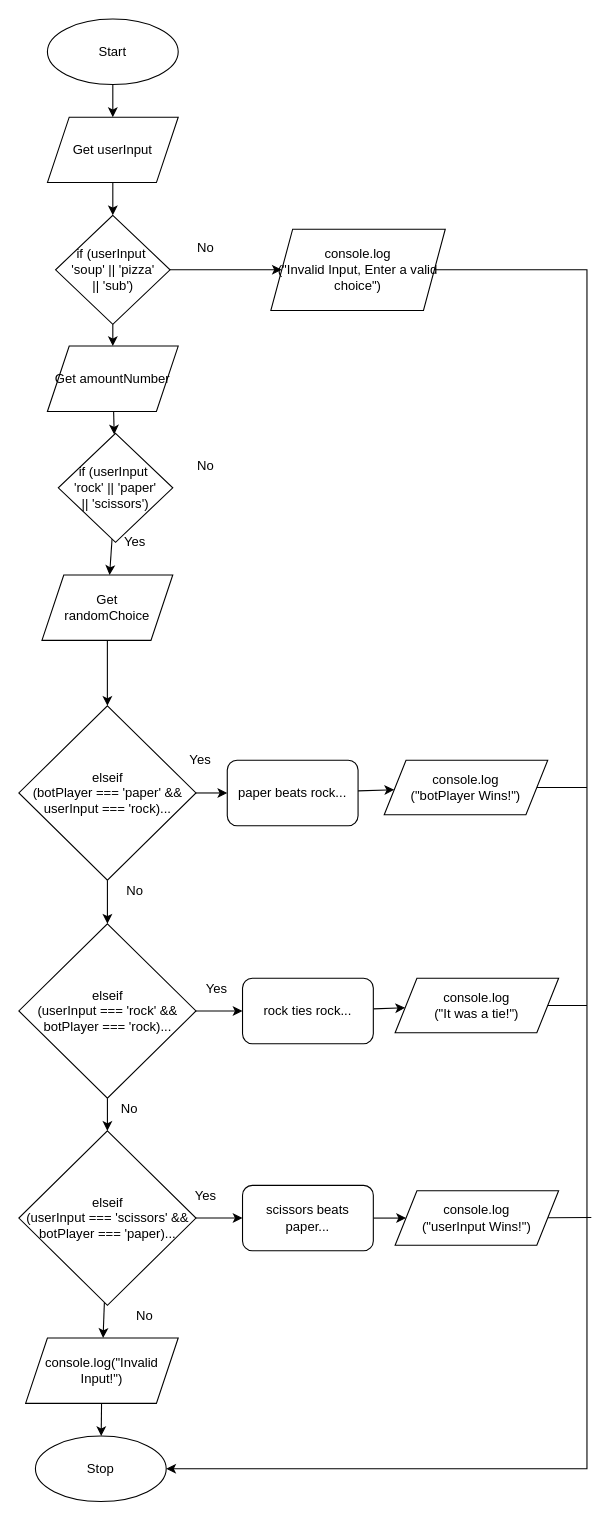
This is Drawio/Flowchart.drawio from JacksonNaufal/ics4u-unit1-03-typescript, a draw.io file, before an edit. Source tidied: cells renumbered, new cells numbered last; positions are measured from the earlier drawing's top-left corner, leaving out a move shared by most shapes. Both pictures are drawn from the tidied source at 109%, with x=0, y=0 at pixel (19, 19).
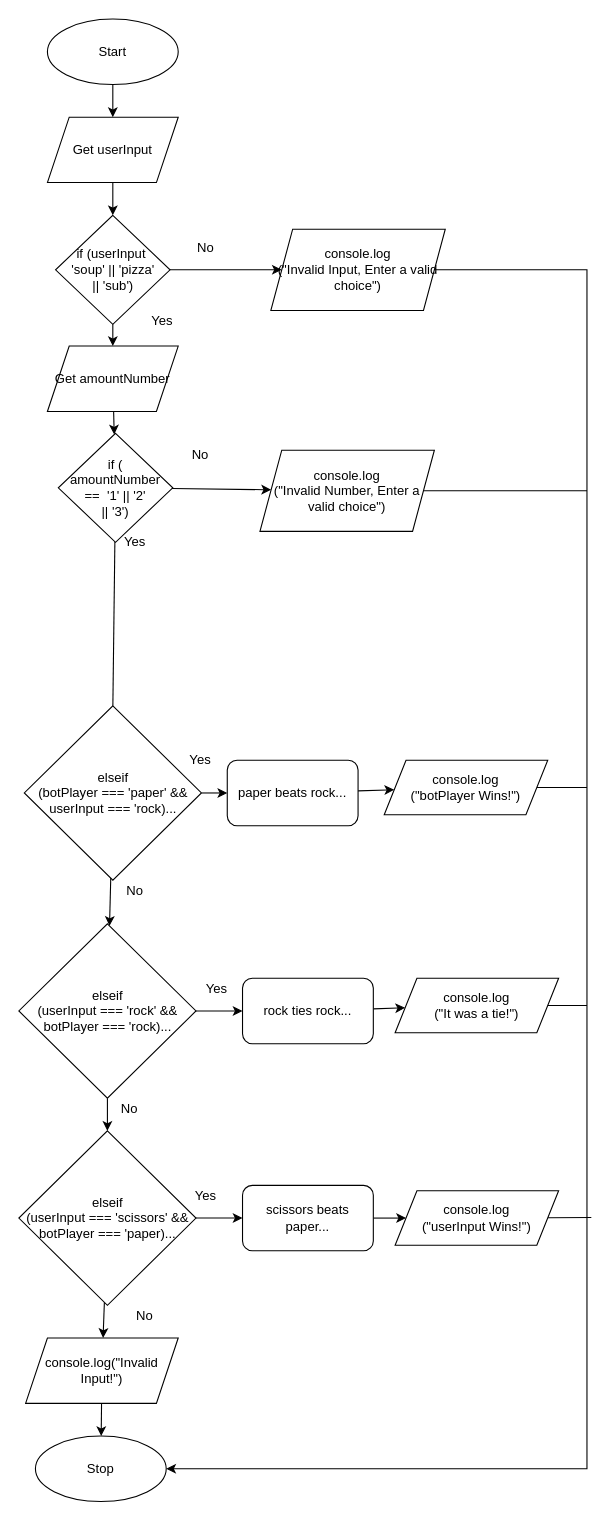
After the change.

The edit, as a diff of the source:
```diff
@@
-    <mxCell id="11" style="edgeStyle=none;html=1;startArrow=none;" parent="1" edge="1" source="43" target="18">
-      <mxGeometry relative="1" as="geometry" />
-    </mxCell>
@@
     <mxCell id="18" value="elseif&lt;br&gt;(botPlayer === 'paper' &amp;amp;&amp;amp; userInput === 'rock)..." style="rhombus;whiteSpace=wrap;html=1;" parent="1" vertex="1">
-      <mxGeometry x="-0.2" y="630" width="162.5" height="160" as="geometry" />
+      <mxGeometry x="4.8" y="630" width="162.5" height="160" as="geometry" />
     </mxCell>
@@
-    <mxCell id="43" value="Get &lt;br&gt;randomChoice" style="shape=parallelogram;perimeter=parallelogramPerimeter;whiteSpace=wrap;html=1;fixedSize=1;" parent="1" vertex="1">
-      <mxGeometry x="21" y="510" width="120" height="60" as="geometry" />
-    </mxCell>
@@
-    <mxCell id="47" style="edgeStyle=none;html=1;" parent="1" edge="1" source="48" target="43">
-      <mxGeometry relative="1" as="geometry" />
-    </mxCell>
+    <mxCell id="50" style="edgeStyle=none;html=1;" parent="1" edge="1" source="48" target="53">
+      <mxGeometry relative="1" as="geometry" />
+    </mxCell>
+    <mxCell id="51" style="edgeStyle=none;html=1;entryX=0.5;entryY=0;entryDx=0;entryDy=0;endArrow=none;endFill=0;" parent="1" edge="1" source="48" target="18">
+      <mxGeometry relative="1" as="geometry" />
+    </mxCell>
-    <mxCell id="48" value="if (userInput&amp;nbsp; &lt;br&gt;'rock' || 'paper'&lt;br&gt;|| 'scissors')" style="rhombus;whiteSpace=wrap;html=1;" parent="1" vertex="1">
+    <mxCell id="48" value="if (&lt;br&gt;amountNumber&lt;br&gt;==&amp;nbsp; '1' || '2'&lt;br&gt;|| '3')" style="rhombus;whiteSpace=wrap;html=1;" parent="1" vertex="1">
       <mxGeometry x="36" y="380" width="105" height="100" as="geometry" />
     </mxCell>
     <mxCell id="49" value="&lt;span style=&quot;font-size: 12px&quot;&gt;No&lt;/span&gt;" style="text;html=1;align=center;verticalAlign=middle;strokeColor=none;fillColor=none;fontSize=10;" parent="1" vertex="1">
-      <mxGeometry x="156" y="400" width="30" height="20" as="geometry" />
+      <mxGeometry x="151" y="390" width="30" height="20" as="geometry" />
     </mxCell>
+    <mxCell id="52" style="edgeStyle=none;html=1;endArrow=none;endFill=0;" parent="1" edge="1" source="53">
+      <mxGeometry relative="1" as="geometry">
+        <mxPoint x="521" y="432.8" as="targetPoint" />
+      </mxGeometry>
+    </mxCell>
+    <mxCell id="53" value="console.log&lt;br&gt;(&quot;Invalid Number, Enter a valid choice&quot;)" style="shape=parallelogram;perimeter=parallelogramPerimeter;whiteSpace=wrap;html=1;fixedSize=1;" parent="1" vertex="1">
+      <mxGeometry x="221" y="395.5" width="160" height="74.5" as="geometry" />
+    </mxCell>
+    <mxCell id="54" value="&lt;font style=&quot;font-size: 12px&quot;&gt;Yes&lt;/font&gt;" style="text;html=1;align=center;verticalAlign=middle;strokeColor=none;fillColor=none;fontSize=10;" parent="1" vertex="1">
+      <mxGeometry x="111" y="267.2" width="40" height="20" as="geometry" />
+    </mxCell>
```
